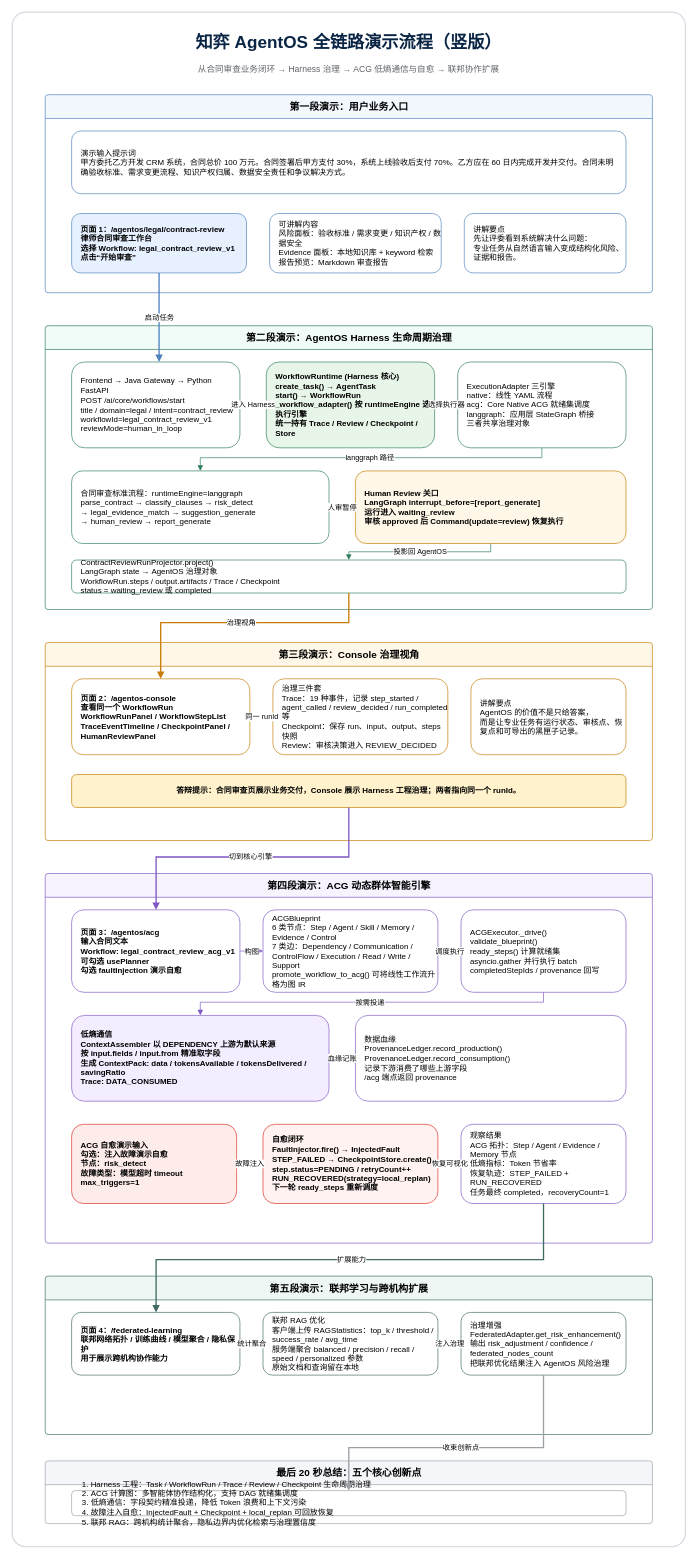
This is docs/02-架构设计/figures/知弈AgentOS_全链路演示流程_竖版.drawio from zongxi-Li/zhiyi-AgentOS, a draw.io file, before an edit. Source tidied: cells renumbered, new cells numbered last; positions are measured from the earlier drawing's top-left corner, leaving out a move shared by most shapes. Both pictures are drawn from the tidied source at 66%, with x=0, y=0 at pixel (12, 12).
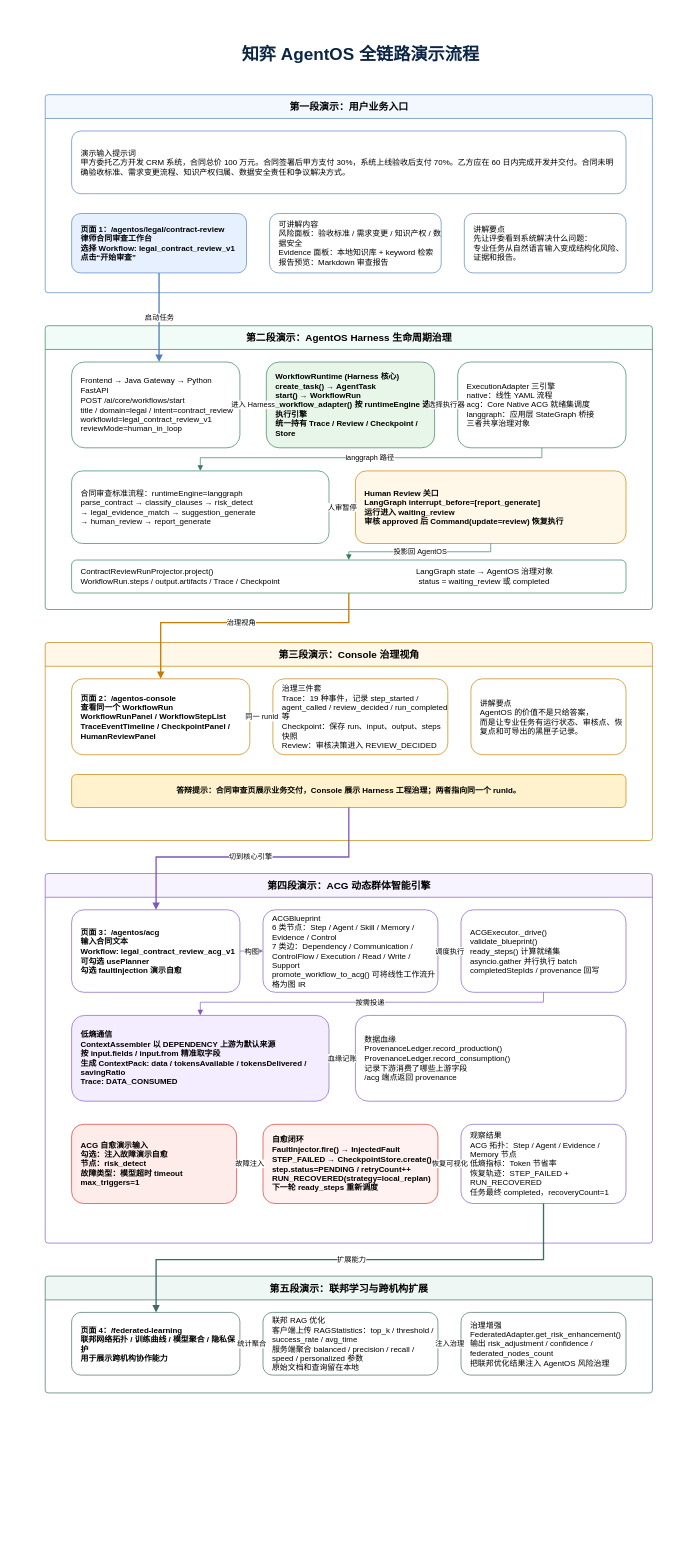
After the change.

Unchanged cells that the change refers to:
```xml
<mxCell id="34" value="治理增强&#10;FederatedAdapter.get_risk_enhancement()&#10;输出 risk_adjustment / confidence / federated_nodes_count&#10;把联邦优化结果注入 AgentOS 风险治理" style="rounded=1;whiteSpace=wrap;html=1;fillColor=#ffffff;strokeColor=#3f6b63;fontSize=12;align=left;spacingLeft=12;" parent="1" vertex="1">
  <mxGeometry x="680" y="1970" width="250" height="95" as="geometry" />
</mxCell>
```

Change to the diagram source:
```diff
@@
-    <mxCell id="2" style="rounded=1;whiteSpace=wrap;html=1;fillColor=#ffffff;strokeColor=#d7dbe2;strokeWidth=2;arcSize=2;" parent="1" vertex="1">
-      <mxGeometry width="1020" height="2325" as="geometry" />
-    </mxCell>
-    <mxCell id="3" value="知弈 AgentOS 全链路演示流程（竖版）" style="text;html=1;strokeColor=none;fillColor=none;fontSize=26;fontStyle=1;align=center;verticalAlign=middle;whiteSpace=wrap;rounded=0;fontColor=#0b2545;" parent="1" vertex="1">
-      <mxGeometry x="160" y="25" width="700" height="42" as="geometry" />
+    <mxCell id="3" value="知弈 AgentOS 全链路演示流程" style="text;html=1;strokeColor=none;fillColor=none;fontSize=26;fontStyle=1;align=center;verticalAlign=middle;whiteSpace=wrap;rounded=0;fontColor=#0b2545;" parent="1" vertex="1">
+      <mxGeometry x="177.5" y="43" width="700" height="42" as="geometry" />
     </mxCell>
-    <mxCell id="4" value="从合同审查业务闭环 → Harness 治理 → ACG 低熵通信与自愈 → 联邦协作扩展" style="text;html=1;strokeColor=none;fillColor=none;fontSize=13;fontColor=#5f6368;align=center;verticalAlign=middle;whiteSpace=wrap;rounded=0;" parent="1" vertex="1">
-      <mxGeometry x="125" y="71" width="770" height="30" as="geometry" />
-    </mxCell>
@@
-    <mxCell id="16" value="ContractReviewRunProjector.project()&#10;LangGraph state → AgentOS 治理对象&#10;WorkflowRun.steps / output.artifacts / Trace / Checkpoint&#10;status = waiting_review 或 completed" style="rounded=1;whiteSpace=wrap;html=1;fillColor=#ffffff;strokeColor=#2e7d5b;fontSize=12;align=left;spacingLeft=12;" parent="1" vertex="1">
+    <mxCell id="16" value="ContractReviewRunProjector.project()&amp;nbsp; &amp;nbsp; &amp;nbsp; &amp;nbsp; &amp;nbsp; &amp;nbsp; &amp;nbsp; &amp;nbsp; &amp;nbsp; &amp;nbsp; &amp;nbsp; &amp;nbsp; &amp;nbsp; &amp;nbsp; &amp;nbsp; &amp;nbsp; &amp;nbsp; &amp;nbsp; &amp;nbsp; &amp;nbsp; &amp;nbsp; &amp;nbsp; &amp;nbsp; &amp;nbsp; &amp;nbsp; &amp;nbsp; &amp;nbsp; &amp;nbsp; &amp;nbsp; &amp;nbsp; &amp;nbsp; &amp;nbsp; &amp;nbsp; &amp;nbsp; &amp;nbsp; &amp;nbsp; &amp;nbsp; &amp;nbsp; &amp;nbsp; &amp;nbsp; &amp;nbsp; &amp;nbsp; &amp;nbsp; &amp;nbsp; &amp;nbsp; &amp;nbsp; LangGraph state → AgentOS 治理对象&lt;br&gt;WorkflowRun.steps / output.artifacts / Trace / Checkpoint&amp;nbsp; &amp;nbsp; &amp;nbsp; &amp;nbsp; &amp;nbsp; &amp;nbsp; &amp;nbsp; &amp;nbsp; &amp;nbsp; &amp;nbsp; &amp;nbsp; &amp;nbsp; &amp;nbsp; &amp;nbsp; &amp;nbsp; &amp;nbsp; &amp;nbsp; &amp;nbsp; &amp;nbsp; &amp;nbsp; &amp;nbsp; &amp;nbsp; &amp;nbsp; &amp;nbsp; &amp;nbsp; &amp;nbsp; &amp;nbsp; &amp;nbsp; &amp;nbsp; &amp;nbsp; &amp;nbsp; &amp;nbsp;status = waiting_review 或 completed" style="rounded=1;whiteSpace=wrap;html=1;fillColor=#ffffff;strokeColor=#2e7d5b;fontSize=12;align=left;spacingLeft=12;" parent="1" vertex="1">
       <mxGeometry x="90" y="830" width="840" height="50" as="geometry" />
     </mxCell>
@@
     <mxCell id="31" value="第五段演示：联邦学习与跨机构扩展" style="swimlane;html=1;startSize=36;rounded=1;horizontal=1;fillColor=#eef7f4;strokeColor=#3f6b63;fontSize=15;fontStyle=1;arcSize=4;" parent="1" vertex="1">
-      <mxGeometry x="50" y="1915" width="920" height="240" as="geometry" />
+      <mxGeometry x="50" y="1915" width="920" height="177" as="geometry" />
     </mxCell>
@@
-    <mxCell id="35" value="最后 20 秒总结：五个核心创新点" style="swimlane;html=1;startSize=36;rounded=1;horizontal=1;fillColor=#f4f6f9;strokeColor=#9aa0a6;fontSize=15;fontStyle=1;arcSize=4;" parent="1" vertex="1">
-      <mxGeometry x="50" y="2195" width="920" height="95" as="geometry" />
-    </mxCell>
-    <mxCell id="36" value="1. Harness 工程：Task / WorkflowRun / Trace / Review / Checkpoint 生命周期治理&#10;2. ACG 计算图：多智能体协作结构化，支持 DAG 就绪集调度&#10;3. 低熵通信：字段契约精准投递，降低 Token 浪费和上下文污染&#10;4. 故障注入自愈：InjectedFault + Checkpoint + local_replan 可回放恢复&#10;5. 联邦 RAG：跨机构统计聚合，隐私边界内优化检索与治理置信度" style="rounded=1;whiteSpace=wrap;html=1;fillColor=#ffffff;strokeColor=#9aa0a6;fontSize=12;align=left;spacingLeft=14;" parent="1" vertex="1">
-      <mxGeometry x="90" y="2240" width="840" height="38" as="geometry" />
-    </mxCell>
@@
-    <mxCell id="55" value="收束创新点" style="edgeStyle=orthogonalEdgeStyle;rounded=0;html=1;endArrow=block;strokeColor=#9aa0a6;fontSize=11;strokeWidth=2;" parent="1" edge="1" source="34" target="36">
-      <mxGeometry relative="1" as="geometry">
-        <Array as="points">
-          <mxPoint x="805" y="2175" />
-          <mxPoint x="510" y="2175" />
-        </Array>
-      </mxGeometry>
-    </mxCell>
```
